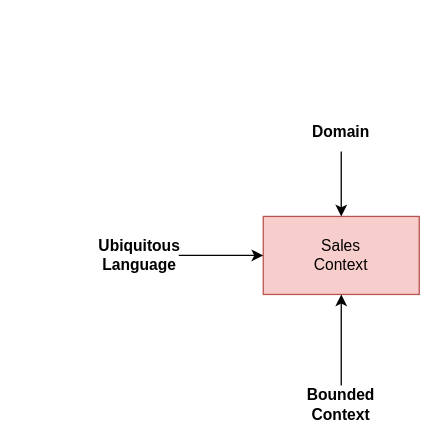
Earlier version of the draw.io diagram ddd/ddd.drawio (programmers-for-programmers/reading-notes). Source tidied: cells renumbered, new cells numbered last; positions are measured from the earlier drawing's top-left corner, leaving out a move shared by most shapes. Both pictures are drawn from the tidied source at 130%, with x=0, y=0 at pixel (100, 112).
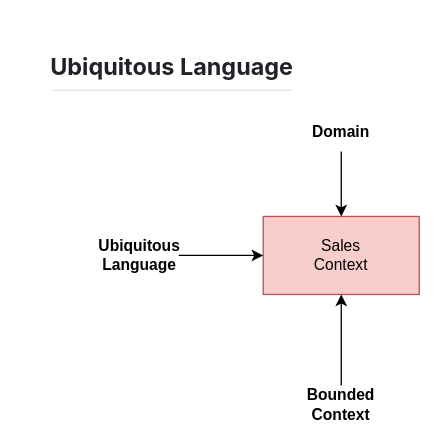
The same diagram, later.

Change to the diagram source:
```diff
@@
 <mxGraphModel>
   <root>
     <mxCell id="0" />
     <mxCell id="1" parent="0" />
     <mxCell id="2" value="Sales&lt;br&gt;Context" style="rounded=0;whiteSpace=wrap;html=1;fillColor=#f8cecc;strokeColor=#b85450;" parent="1" vertex="1">
       <mxGeometry x="125" y="80" width="120" height="60" as="geometry" />
     </mxCell>
     <mxCell id="3" style="edgeStyle=orthogonalEdgeStyle;rounded=0;jettySize=auto;html=1;exitX=0.5;exitY=1;exitDx=0;exitDy=0;entryX=0.5;entryY=0;entryDx=0;entryDy=0;defaultLabelBackgroundColor=page;" parent="1" edge="1" source="4" target="2">
       <mxGeometry relative="1" as="geometry" />
     </mxCell>
     <mxCell id="4" value="&lt;b&gt;Domain&lt;/b&gt;" style="text;html=1;whiteSpace=wrap;strokeColor=none;fillColor=none;align=center;verticalAlign=middle;rounded=0;" parent="1" vertex="1">
       <mxGeometry x="155" width="60" height="30" as="geometry" />
     </mxCell>
     <mxCell id="5" style="edgeStyle=orthogonalEdgeStyle;rounded=0;jettySize=auto;html=1;entryX=0;entryY=0.5;entryDx=0;entryDy=0;defaultLabelBackgroundColor=page;" parent="1" edge="1" source="6" target="2">
       <mxGeometry relative="1" as="geometry" />
     </mxCell>
     <mxCell id="6" value="&lt;b&gt;Ubiquitous&lt;/b&gt;&lt;div&gt;&lt;b&gt;Language&lt;/b&gt;&lt;/div&gt;" style="text;html=1;whiteSpace=wrap;strokeColor=none;fillColor=none;align=center;verticalAlign=middle;rounded=0;" parent="1" vertex="1">
       <mxGeometry y="95" width="60" height="30" as="geometry" />
     </mxCell>
     <mxCell id="7" style="edgeStyle=orthogonalEdgeStyle;rounded=0;jettySize=auto;html=1;entryX=0.5;entryY=1;entryDx=0;entryDy=0;defaultLabelBackgroundColor=page;" parent="1" edge="1" source="8" target="2">
       <mxGeometry relative="1" as="geometry" />
     </mxCell>
     <mxCell id="8" value="&lt;b&gt;Bounded&lt;br&gt;Context&lt;/b&gt;" style="text;html=1;whiteSpace=wrap;strokeColor=none;fillColor=none;align=center;verticalAlign=middle;rounded=0;" parent="1" vertex="1">
       <mxGeometry x="155" y="210" width="60" height="30" as="geometry" />
     </mxCell>
+    <mxCell id="9" value="&lt;h2 tabindex=&quot;-1&quot; class=&quot;heading-element&quot; dir=&quot;auto&quot; style=&quot;box-sizing: border-box; margin-top: 24px; margin-bottom: 16px; line-height: 1.25; border-bottom: 1px solid rgba(209, 217, 224, 0.7); padding-bottom: 0.3em; color: rgb(31, 35, 40); font-family: &amp;quot;Mona Sans VF&amp;quot;, -apple-system, &amp;quot;system-ui&amp;quot;, &amp;quot;Segoe UI&amp;quot;, &amp;quot;Noto Sans Backtick Fix&amp;quot;, &amp;quot;Noto Sans&amp;quot;, Helvetica, Arial, sans-serif, &amp;quot;Apple Color Emoji&amp;quot;, &amp;quot;Segoe UI Emoji&amp;quot;; text-align: start; background-color: rgb(255, 255, 255);&quot;&gt;Ubiquitous Language&lt;/h2&gt;" style="text;html=1;whiteSpace=wrap;strokeColor=none;fillColor=none;align=center;verticalAlign=middle;rounded=0;" parent="1" vertex="1">
+      <mxGeometry x="-60" y="-50" width="230" height="30" as="geometry" />
+    </mxCell>
   </root>
 </mxGraphModel>
```
